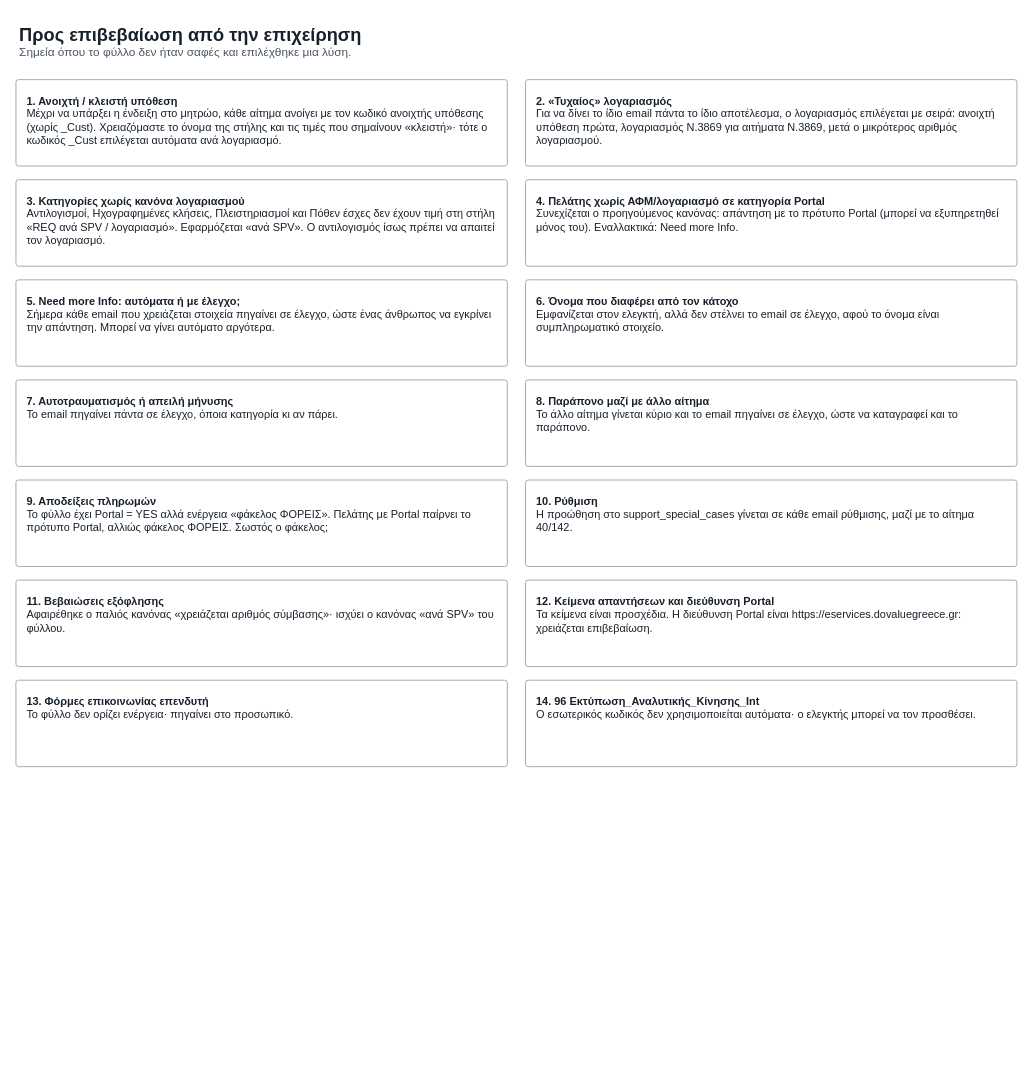
Above: page "5 Προς επιβεβαίωση" (5 of 6) of docs/decision_rules.drawio in nicoleplak/email-classification (draw.io), before the change. Source tidied: cells renumbered, new cells numbered last; positions are measured from the earlier drawing's top-left corner, leaving out a move shared by most shapes. Both pictures are drawn from the tidied source at 91%, with x=0, y=0 at pixel (15, 15).
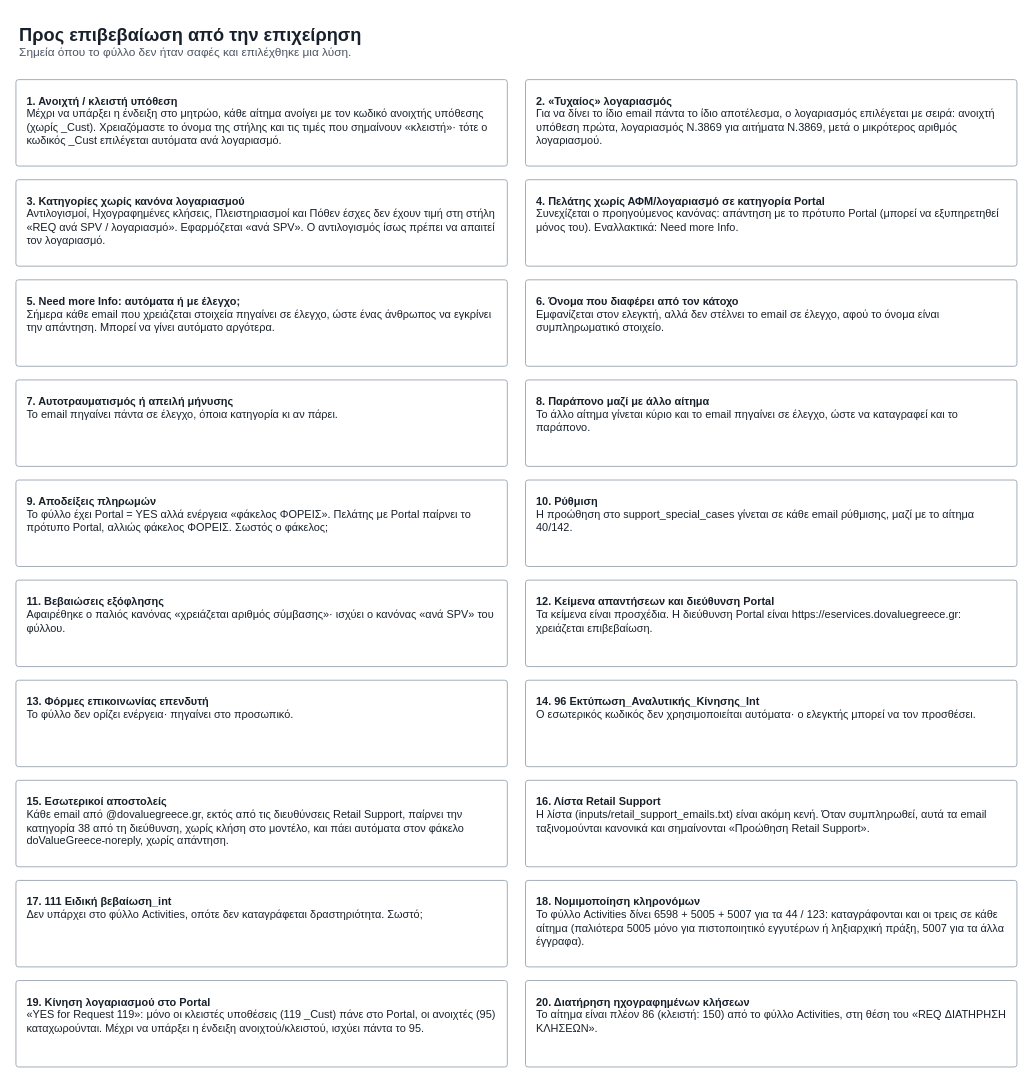
After the change.

What changed in the source:
```diff
@@
+    <mxCell id="17" value="&lt;b&gt;15. Εσωτερικοί αποστολείς&lt;/b&gt;&lt;br&gt;Κάθε email από @dovaluegreece.gr, εκτός από τις διευθύνσεις Retail Support, παίρνει την κατηγορία 38 από τη διεύθυνση, χωρίς κλήση στο μοντέλο, και πάει αυτόματα στον φάκελο doValueGreece-noreply, χωρίς απάντηση." style="rounded=1;arcSize=3;whiteSpace=wrap;html=1;align=left;verticalAlign=top;spacing=12;fillColor=#FFFFFF;strokeColor=#9AA6B2;fontFamily=Helvetica;fontColor=#18212B;fontSize=12;fontSize=12;" parent="1" vertex="1">
+      <mxGeometry y="840" width="540" height="95" as="geometry" />
+    </mxCell>
+    <mxCell id="18" value="&lt;b&gt;16. Λίστα Retail Support&lt;/b&gt;&lt;br&gt;Η λίστα (inputs/retail_support_emails.txt) είναι ακόμη κενή. Όταν συμπληρωθεί, αυτά τα email ταξινομούνται κανονικά και σημαίνονται «Προώθηση Retail Support»." style="rounded=1;arcSize=3;whiteSpace=wrap;html=1;align=left;verticalAlign=top;spacing=12;fillColor=#FFFFFF;strokeColor=#9AA6B2;fontFamily=Helvetica;fontColor=#18212B;fontSize=12;fontSize=12;" parent="1" vertex="1">
+      <mxGeometry x="560" y="840" width="540" height="95" as="geometry" />
+    </mxCell>
+    <mxCell id="19" value="&lt;b&gt;17. 111 Ειδική βεβαίωση_int&lt;/b&gt;&lt;br&gt;Δεν υπάρχει στο φύλλο Activities, οπότε δεν καταγράφεται δραστηριότητα. Σωστό;" style="rounded=1;arcSize=3;whiteSpace=wrap;html=1;align=left;verticalAlign=top;spacing=12;fillColor=#FFFFFF;strokeColor=#9AA6B2;fontFamily=Helvetica;fontColor=#18212B;fontSize=12;fontSize=12;" parent="1" vertex="1">
+      <mxGeometry y="950" width="540" height="95" as="geometry" />
+    </mxCell>
+    <mxCell id="20" value="&lt;b&gt;18. Νομιμοποίηση κληρονόμων&lt;/b&gt;&lt;br&gt;Το φύλλο Activities δίνει 6598 + 5005 + 5007 για τα 44 / 123: καταγράφονται και οι τρεις σε κάθε αίτημα (παλιότερα 5005 μόνο για πιστοποιητικό εγγυτέρων ή ληξιαρχική πράξη, 5007 για τα άλλα έγγραφα)." style="rounded=1;arcSize=3;whiteSpace=wrap;html=1;align=left;verticalAlign=top;spacing=12;fillColor=#FFFFFF;strokeColor=#9AA6B2;fontFamily=Helvetica;fontColor=#18212B;fontSize=12;fontSize=12;" parent="1" vertex="1">
+      <mxGeometry x="560" y="950" width="540" height="95" as="geometry" />
+    </mxCell>
+    <mxCell id="21" value="&lt;b&gt;19. Κίνηση λογαριασμού στο Portal&lt;/b&gt;&lt;br&gt;«YES for Request 119»: μόνο οι κλειστές υποθέσεις (119 _Cust) πάνε στο Portal, οι ανοιχτές (95) καταχωρούνται. Μέχρι να υπάρξει η ένδειξη ανοιχτού/κλειστού, ισχύει πάντα το 95." style="rounded=1;arcSize=3;whiteSpace=wrap;html=1;align=left;verticalAlign=top;spacing=12;fillColor=#FFFFFF;strokeColor=#9AA6B2;fontFamily=Helvetica;fontColor=#18212B;fontSize=12;fontSize=12;" parent="1" vertex="1">
+      <mxGeometry y="1060" width="540" height="95" as="geometry" />
+    </mxCell>
+    <mxCell id="22" value="&lt;b&gt;20. Διατήρηση ηχογραφημένων κλήσεων&lt;/b&gt;&lt;br&gt;Το αίτημα είναι πλέον 86 (κλειστή: 150) από το φύλλο Activities, στη θέση του «REQ ΔΙΑΤΗΡΗΣΗ ΚΛΗΣΕΩΝ»." style="rounded=1;arcSize=3;whiteSpace=wrap;html=1;align=left;verticalAlign=top;spacing=12;fillColor=#FFFFFF;strokeColor=#9AA6B2;fontFamily=Helvetica;fontColor=#18212B;fontSize=12;fontSize=12;" parent="1" vertex="1">
+      <mxGeometry x="560" y="1060" width="540" height="95" as="geometry" />
+    </mxCell>
```
